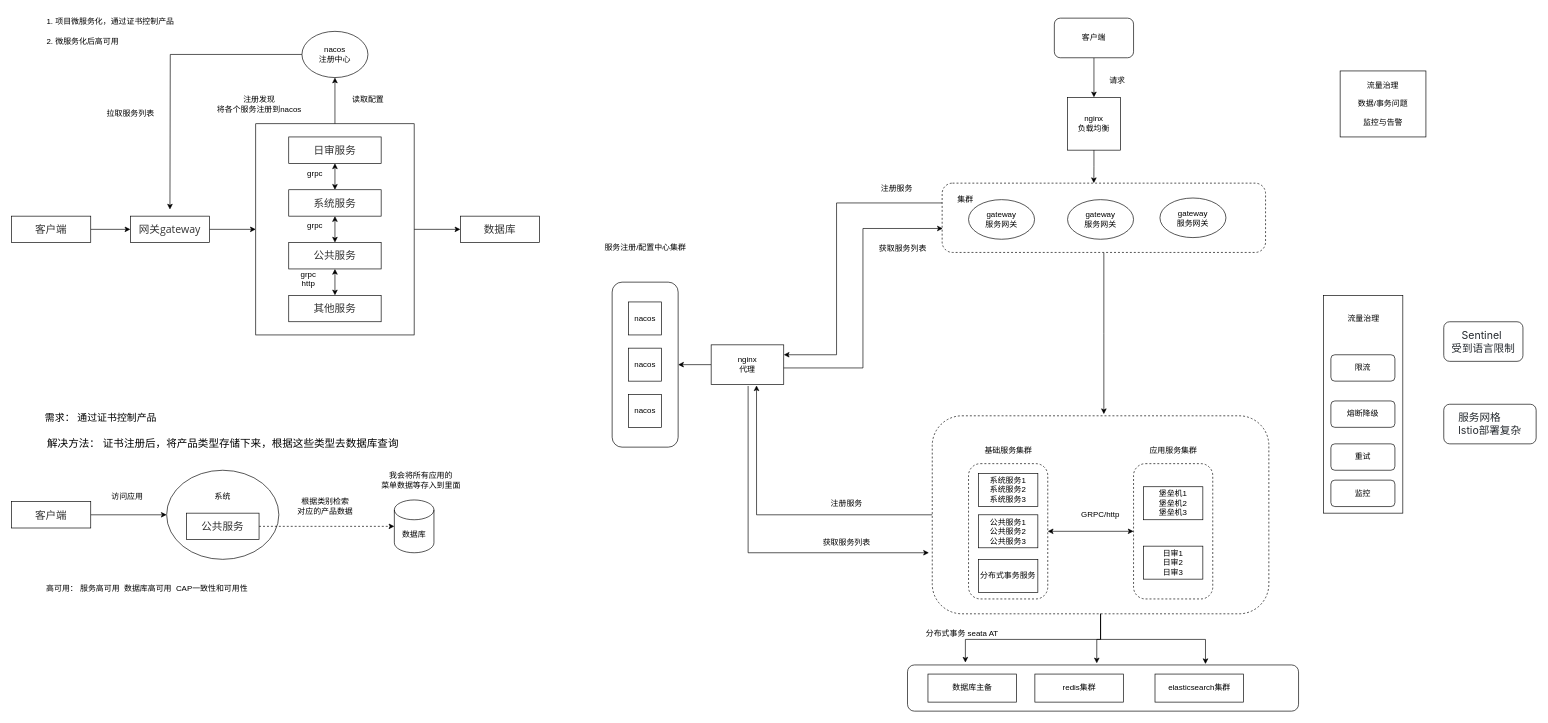
Above: 微服务化.drawio in Rodma1/draw (draw.io), before the change. Source tidied: cells renumbered, new cells numbered last; positions are measured from the earlier drawing's top-left corner, leaving out a move shared by most shapes. Both pictures are drawn from the tidied source at 66%, with x=0, y=0 at pixel (11, 11).
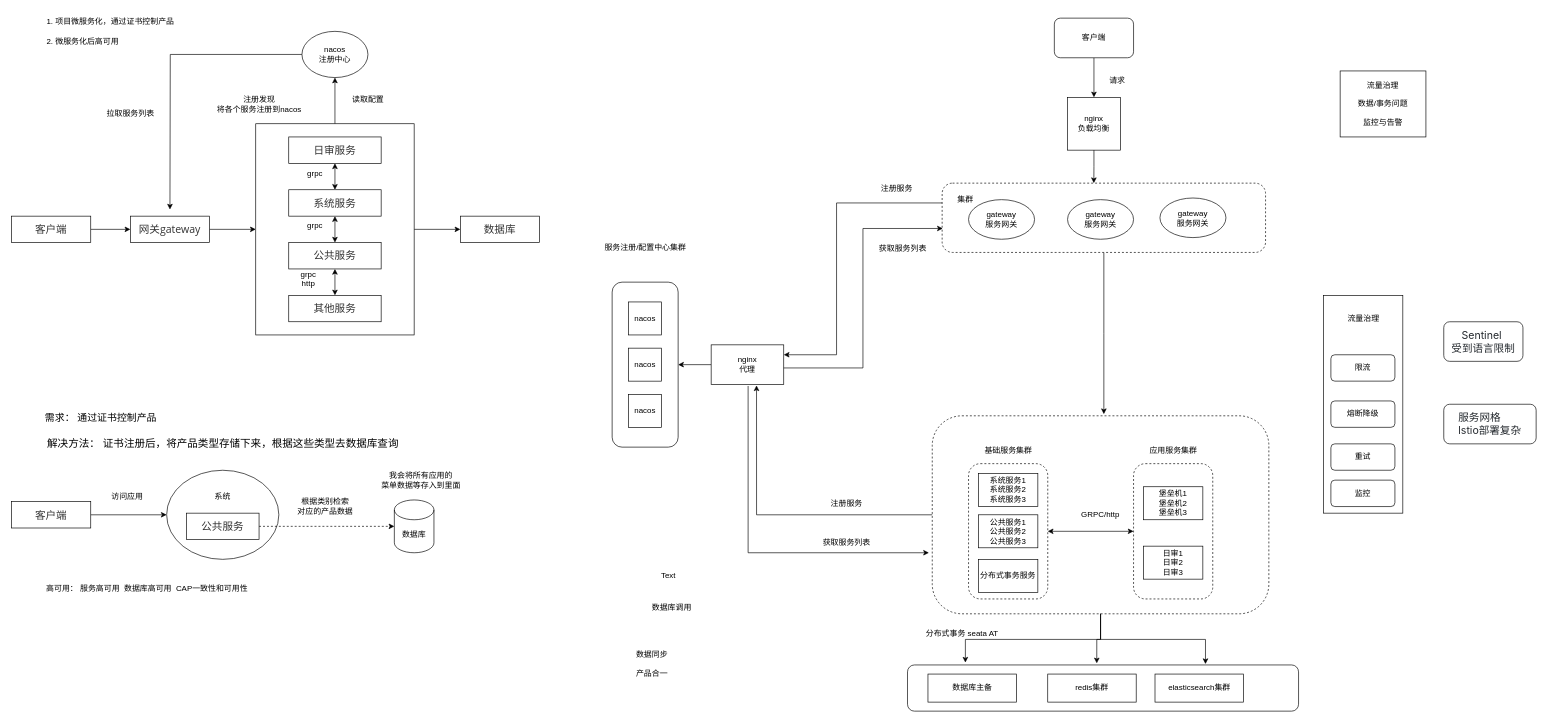
After the change.

Commit message:
更新微服务化.drawio

What changed in the source:
```diff
@@
     <mxCell id="76" value="redis集群" style="rounded=0;whiteSpace=wrap;html=1;" parent="1" vertex="1">
-      <mxGeometry x="1550.5" y="1003.8" width="134" height="42.5" as="geometry" />
+      <mxGeometry x="1570" y="1003.8" width="134" height="42.5" as="geometry" />
     </mxCell>
@@
+    <mxCell id="93" value="数据库调用" style="text;html=1;align=center;verticalAlign=middle;strokeColor=none;fillColor=none;" parent="1" vertex="1">
+      <mxGeometry x="960" y="888" width="80" height="30" as="geometry" />
+    </mxCell>
+    <mxCell id="94" value="Text" style="text;html=1;align=center;verticalAlign=middle;strokeColor=none;fillColor=none;" parent="1" vertex="1">
+      <mxGeometry x="970" y="840" width="50" height="30" as="geometry" />
+    </mxCell>
+    <mxCell id="95" value="数据同步&lt;div&gt;&lt;br&gt;&lt;/div&gt;&lt;div&gt;产品合一&lt;/div&gt;" style="text;html=1;align=center;verticalAlign=middle;strokeColor=none;fillColor=none;" parent="1" vertex="1">
+      <mxGeometry x="935" y="958" width="70" height="60" as="geometry" />
+    </mxCell>
```
